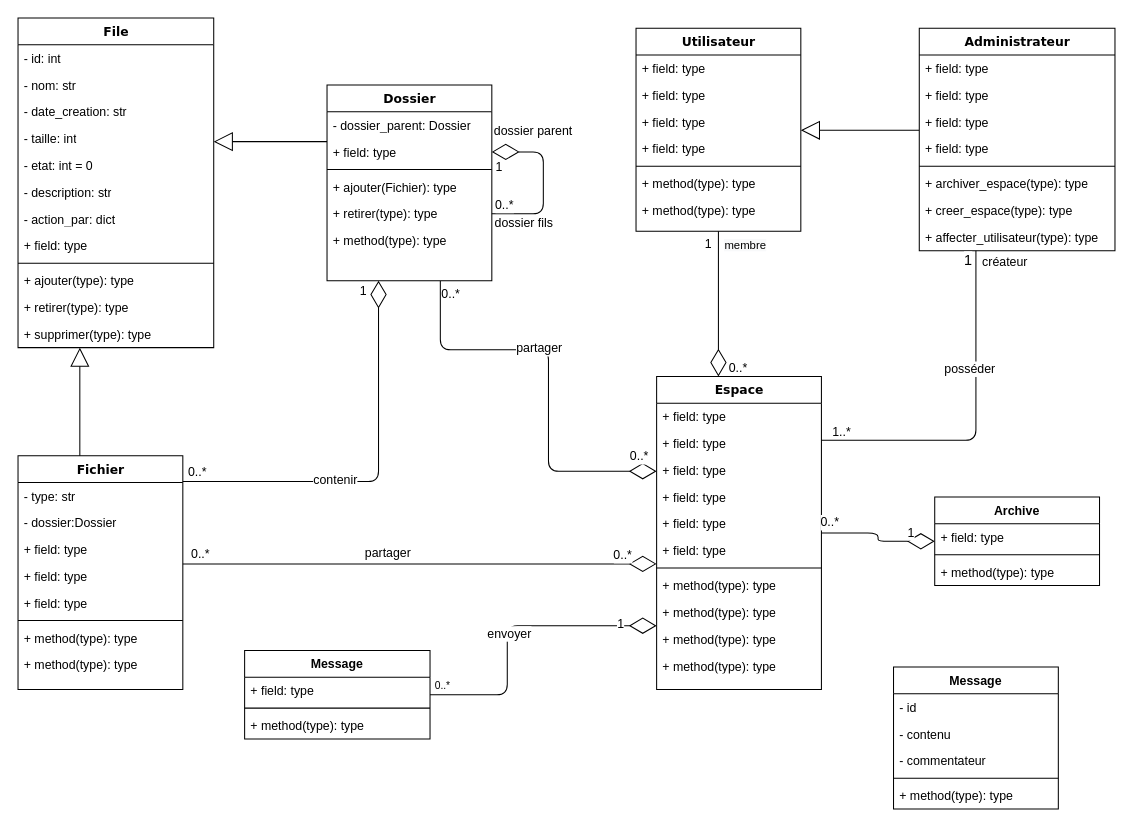
AbdourahamaneIssakaSani/ged keeps this draw.io diagram as diagrams/Class.drawio. Above is the earlier version. Source tidied: cells renumbered, new cells numbered last; positions are measured from the earlier drawing's top-left corner, leaving out a move shared by most shapes. Both pictures are drawn from the tidied source at 103%, with x=0, y=0 at pixel (18, 18).
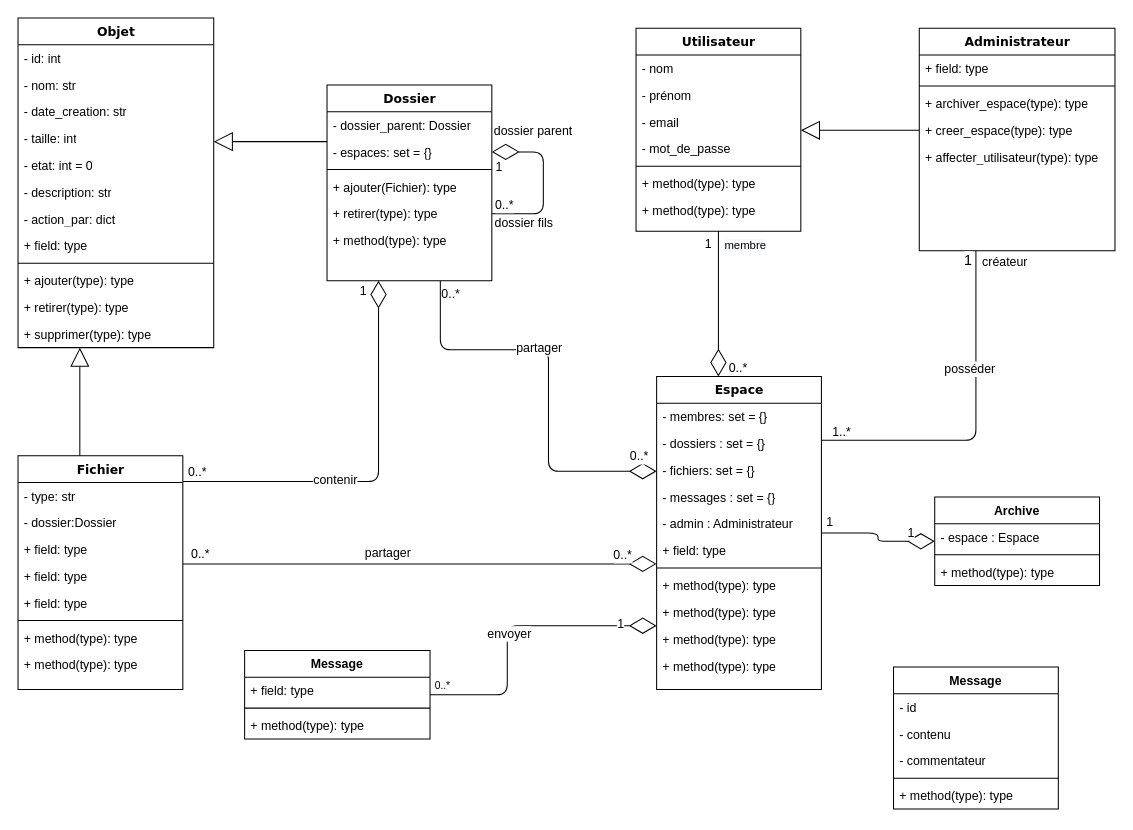
Above is the later version.

Unchanged cells that the change refers to:
```xml
<mxCell id="15" value="Dossier" style="swimlane;html=1;fontStyle=1;align=center;verticalAlign=top;horizontal=1;startSize=26;swimlaneFillColor=#ffffff;rounded=0;shadow=0;comic=0;labelBackgroundColor=none;strokeWidth=1;fillColor=none;fontFamily=Verdana;fontSize=12;" parent="1" vertex="1">
  <mxGeometry x="300" y="65" width="160" height="190" as="geometry" />
</mxCell>
<mxCell id="22" value="Utilisateur" style="swimlane;html=1;fontStyle=1;align=center;verticalAlign=top;horizontal=1;startSize=26;swimlaneFillColor=#ffffff;rounded=0;shadow=0;comic=0;labelBackgroundColor=none;strokeWidth=1;fontFamily=Verdana;fontSize=12;" parent="1" vertex="1">
  <mxGeometry x="600" y="10" width="160" height="197" as="geometry" />
</mxCell>
<mxCell id="30" value="Espace" style="swimlane;html=1;fontStyle=1;align=center;verticalAlign=top;horizontal=1;startSize=26;swimlaneFillColor=#ffffff;rounded=0;shadow=0;comic=0;labelBackgroundColor=none;strokeWidth=1;fillColor=none;fontFamily=Verdana;fontSize=12;" parent="1" vertex="1">
  <mxGeometry x="620" y="348" width="160" height="304" as="geometry" />
</mxCell>
<mxCell id="43" value="Administrateur" style="swimlane;html=1;fontStyle=1;align=center;verticalAlign=top;horizontal=1;startSize=26;swimlaneFillColor=#ffffff;rounded=0;shadow=0;comic=0;labelBackgroundColor=none;strokeWidth=1;fillColor=none;fontFamily=Verdana;fontSize=12;" parent="1" vertex="1">
  <mxGeometry x="875" y="10" width="190" height="216" as="geometry" />
</mxCell>
<mxCell id="56" style="endArrow=diamondThin;endFill=0;endSize=24;html=1;edgeStyle=orthogonalEdgeStyle;" parent="1" edge="1" source="30" target="66">
  <mxGeometry relative="1" as="geometry" />
</mxCell>
<mxCell id="66" value="Archive" style="swimlane;fontStyle=1;align=center;verticalAlign=top;horizontal=1;startSize=26;" parent="1" vertex="1">
  <mxGeometry x="890" y="465" width="160" height="86" as="geometry" />
</mxCell>
```

The edit, as a diff of the source:
```diff
@@
-    <mxCell id="17" value="+ field: type" style="text;html=1;strokeColor=none;fillColor=none;align=left;verticalAlign=top;spacingLeft=4;spacingRight=4;whiteSpace=wrap;overflow=hidden;" parent="15" vertex="1">
+    <mxCell id="17" value="- espaces: set = {}" style="text;html=1;strokeColor=none;fillColor=none;align=left;verticalAlign=top;spacingLeft=4;spacingRight=4;whiteSpace=wrap;overflow=hidden;" parent="15" vertex="1">
       <mxGeometry y="52" width="160" height="26" as="geometry" />
     </mxCell>
@@
-    <mxCell id="23" value="+ field: type" style="text;html=1;strokeColor=none;fillColor=none;align=left;verticalAlign=top;spacingLeft=4;spacingRight=4;whiteSpace=wrap;overflow=hidden;" parent="22" vertex="1">
+    <mxCell id="23" value="- nom" style="text;html=1;strokeColor=none;fillColor=none;align=left;verticalAlign=top;spacingLeft=4;spacingRight=4;whiteSpace=wrap;overflow=hidden;" parent="22" vertex="1">
       <mxGeometry y="26" width="160" height="26" as="geometry" />
     </mxCell>
-    <mxCell id="24" value="+ field: type" style="text;html=1;strokeColor=none;fillColor=none;align=left;verticalAlign=top;spacingLeft=4;spacingRight=4;whiteSpace=wrap;overflow=hidden;" parent="22" vertex="1">
+    <mxCell id="24" value="- prénom" style="text;html=1;strokeColor=none;fillColor=none;align=left;verticalAlign=top;spacingLeft=4;spacingRight=4;whiteSpace=wrap;overflow=hidden;" parent="22" vertex="1">
       <mxGeometry y="52" width="160" height="26" as="geometry" />
     </mxCell>
-    <mxCell id="25" value="+ field: type" style="text;html=1;strokeColor=none;fillColor=none;align=left;verticalAlign=top;spacingLeft=4;spacingRight=4;whiteSpace=wrap;overflow=hidden;" parent="22" vertex="1">
+    <mxCell id="25" value="- email" style="text;html=1;strokeColor=none;fillColor=none;align=left;verticalAlign=top;spacingLeft=4;spacingRight=4;whiteSpace=wrap;overflow=hidden;" parent="22" vertex="1">
       <mxGeometry y="78" width="160" height="26" as="geometry" />
     </mxCell>
-    <mxCell id="26" value="+ field: type" style="text;html=1;strokeColor=none;fillColor=none;align=left;verticalAlign=top;spacingLeft=4;spacingRight=4;whiteSpace=wrap;overflow=hidden;" parent="22" vertex="1">
+    <mxCell id="26" value="- mot_de_passe" style="text;html=1;strokeColor=none;fillColor=none;align=left;verticalAlign=top;spacingLeft=4;spacingRight=4;whiteSpace=wrap;overflow=hidden;" parent="22" vertex="1">
       <mxGeometry y="104" width="160" height="26" as="geometry" />
     </mxCell>
@@
-    <mxCell id="31" value="+ field: type" style="text;html=1;strokeColor=none;fillColor=none;align=left;verticalAlign=top;spacingLeft=4;spacingRight=4;whiteSpace=wrap;overflow=hidden;" parent="30" vertex="1">
+    <mxCell id="31" value="- membres: set = {}" style="text;html=1;strokeColor=none;fillColor=none;align=left;verticalAlign=top;spacingLeft=4;spacingRight=4;whiteSpace=wrap;overflow=hidden;" parent="30" vertex="1">
       <mxGeometry y="26" width="160" height="26" as="geometry" />
     </mxCell>
-    <mxCell id="32" value="+ field: type" style="text;html=1;strokeColor=none;fillColor=none;align=left;verticalAlign=top;spacingLeft=4;spacingRight=4;whiteSpace=wrap;overflow=hidden;" parent="30" vertex="1">
+    <mxCell id="32" value="- dossiers : set = {}" style="text;html=1;strokeColor=none;fillColor=none;align=left;verticalAlign=top;spacingLeft=4;spacingRight=4;whiteSpace=wrap;overflow=hidden;" parent="30" vertex="1">
       <mxGeometry y="52" width="160" height="26" as="geometry" />
     </mxCell>
-    <mxCell id="33" value="+ field: type" style="text;html=1;strokeColor=none;fillColor=none;align=left;verticalAlign=top;spacingLeft=4;spacingRight=4;whiteSpace=wrap;overflow=hidden;" parent="30" vertex="1">
-      <mxGeometry y="78" width="160" height="26" as="geometry" />
-    </mxCell>
-    <mxCell id="34" value="+ field: type" style="text;html=1;strokeColor=none;fillColor=none;align=left;verticalAlign=top;spacingLeft=4;spacingRight=4;whiteSpace=wrap;overflow=hidden;" parent="30" vertex="1">
-      <mxGeometry y="104" width="160" height="26" as="geometry" />
+    <mxCell id="34" value="- fichiers: set = {}" style="text;html=1;strokeColor=none;fillColor=none;align=left;verticalAlign=top;spacingLeft=4;spacingRight=4;whiteSpace=wrap;overflow=hidden;" parent="30" vertex="1">
+      <mxGeometry y="78" width="160" height="26" as="geometry" />
     </mxCell>
-    <mxCell id="35" value="+ field: type" style="text;html=1;strokeColor=none;fillColor=none;align=left;verticalAlign=top;spacingLeft=4;spacingRight=4;whiteSpace=wrap;overflow=hidden;" parent="30" vertex="1">
-      <mxGeometry y="130" width="160" height="26" as="geometry" />
+    <mxCell id="35" value="- messages : set = {}" style="text;html=1;strokeColor=none;fillColor=none;align=left;verticalAlign=top;spacingLeft=4;spacingRight=4;whiteSpace=wrap;overflow=hidden;" parent="30" vertex="1">
+      <mxGeometry y="104" width="160" height="26" as="geometry" />
     </mxCell>
+    <mxCell id="33" value="- admin : Administrateur" style="text;html=1;strokeColor=none;fillColor=none;align=left;verticalAlign=top;spacingLeft=4;spacingRight=4;whiteSpace=wrap;overflow=hidden;" parent="30" vertex="1">
+      <mxGeometry y="130" width="160" height="26" as="geometry" />
+    </mxCell>
@@
-    <mxCell id="44" value="+ field: type" style="text;html=1;strokeColor=none;fillColor=none;align=left;verticalAlign=top;spacingLeft=4;spacingRight=4;whiteSpace=wrap;overflow=hidden;" parent="43" vertex="1">
-      <mxGeometry y="26" width="190" height="26" as="geometry" />
-    </mxCell>
-    <mxCell id="45" value="+ field: type" style="text;html=1;strokeColor=none;fillColor=none;align=left;verticalAlign=top;spacingLeft=4;spacingRight=4;whiteSpace=wrap;overflow=hidden;" parent="43" vertex="1">
-      <mxGeometry y="52" width="190" height="26" as="geometry" />
-    </mxCell>
-    <mxCell id="46" value="+ field: type" style="text;html=1;strokeColor=none;fillColor=none;align=left;verticalAlign=top;spacingLeft=4;spacingRight=4;whiteSpace=wrap;overflow=hidden;" parent="43" vertex="1">
-      <mxGeometry y="78" width="190" height="26" as="geometry" />
-    </mxCell>
     <mxCell id="47" value="+ field: type" style="text;html=1;strokeColor=none;fillColor=none;align=left;verticalAlign=top;spacingLeft=4;spacingRight=4;whiteSpace=wrap;overflow=hidden;" parent="43" vertex="1">
-      <mxGeometry y="104" width="190" height="26" as="geometry" />
+      <mxGeometry y="26" width="190" height="26" as="geometry" />
     </mxCell>
     <mxCell id="48" style="line;html=1;strokeWidth=1;fillColor=none;align=left;verticalAlign=middle;spacingTop=-1;spacingLeft=3;spacingRight=3;labelPosition=right;" parent="43" vertex="1">
-      <mxGeometry y="130" width="190" height="8" as="geometry" />
+      <mxGeometry y="52" width="190" height="8" as="geometry" />
     </mxCell>
     <mxCell id="49" value="+ archiver_espace(type): type" style="text;html=1;strokeColor=none;fillColor=none;align=left;verticalAlign=top;spacingLeft=4;spacingRight=4;whiteSpace=wrap;overflow=hidden;" parent="43" vertex="1">
-      <mxGeometry y="138" width="190" height="26" as="geometry" />
+      <mxGeometry y="60" width="190" height="26" as="geometry" />
     </mxCell>
     <mxCell id="50" value="+ creer_espace(type): type" style="text;html=1;strokeColor=none;fillColor=none;align=left;verticalAlign=top;spacingLeft=4;spacingRight=4;whiteSpace=wrap;overflow=hidden;" parent="43" vertex="1">
-      <mxGeometry y="164" width="190" height="26" as="geometry" />
+      <mxGeometry y="86" width="190" height="26" as="geometry" />
     </mxCell>
     <mxCell id="51" value="+ affecter_utilisateur(type): type" style="text;html=1;strokeColor=none;fillColor=none;align=left;verticalAlign=top;spacingLeft=4;spacingRight=4;whiteSpace=wrap;overflow=hidden;" parent="43" vertex="1">
-      <mxGeometry y="190" width="190" height="26" as="geometry" />
+      <mxGeometry y="112" width="190" height="26" as="geometry" />
     </mxCell>
@@
-    <mxCell id="57" value="&lt;span style=&quot;font-size: 12px&quot;&gt;0..*&lt;/span&gt;" style="edgeLabel;html=1;align=center;verticalAlign=middle;" parent="56" vertex="1">
+    <mxCell id="57" value="&lt;span style=&quot;font-size: 12px&quot;&gt;1&lt;/span&gt;" style="edgeLabel;html=1;align=center;verticalAlign=middle;" parent="56" vertex="1">
       <mxGeometry x="-0.83" y="-1" relative="1" as="geometry">
         <mxPoint x="-3" y="-12" as="offset" />
       </mxGeometry>
     </mxCell>
@@
-    <mxCell id="67" value="+ field: type" style="text;strokeColor=none;fillColor=none;align=left;verticalAlign=top;spacingLeft=4;spacingRight=4;overflow=hidden;" parent="66" vertex="1">
+    <mxCell id="67" value="- espace : Espace" style="text;strokeColor=none;fillColor=none;align=left;verticalAlign=top;spacingLeft=4;spacingRight=4;overflow=hidden;" parent="66" vertex="1">
       <mxGeometry y="26" width="160" height="26" as="geometry" />
     </mxCell>
@@
-    <mxCell id="70" value="File" style="swimlane;html=1;fontStyle=1;align=center;verticalAlign=top;horizontal=1;startSize=26;swimlaneFillColor=#ffffff;rounded=0;shadow=0;comic=0;labelBackgroundColor=none;strokeWidth=1;fillColor=none;fontFamily=Verdana;fontSize=12;" parent="1" vertex="1">
+    <mxCell id="70" value="Objet" style="swimlane;html=1;fontStyle=1;align=center;verticalAlign=top;horizontal=1;startSize=26;swimlaneFillColor=#ffffff;rounded=0;shadow=0;comic=0;labelBackgroundColor=none;strokeWidth=1;fillColor=none;fontFamily=Verdana;fontSize=12;" parent="1" vertex="1">
       <mxGeometry width="190" height="320" as="geometry" />
     </mxCell>
```
